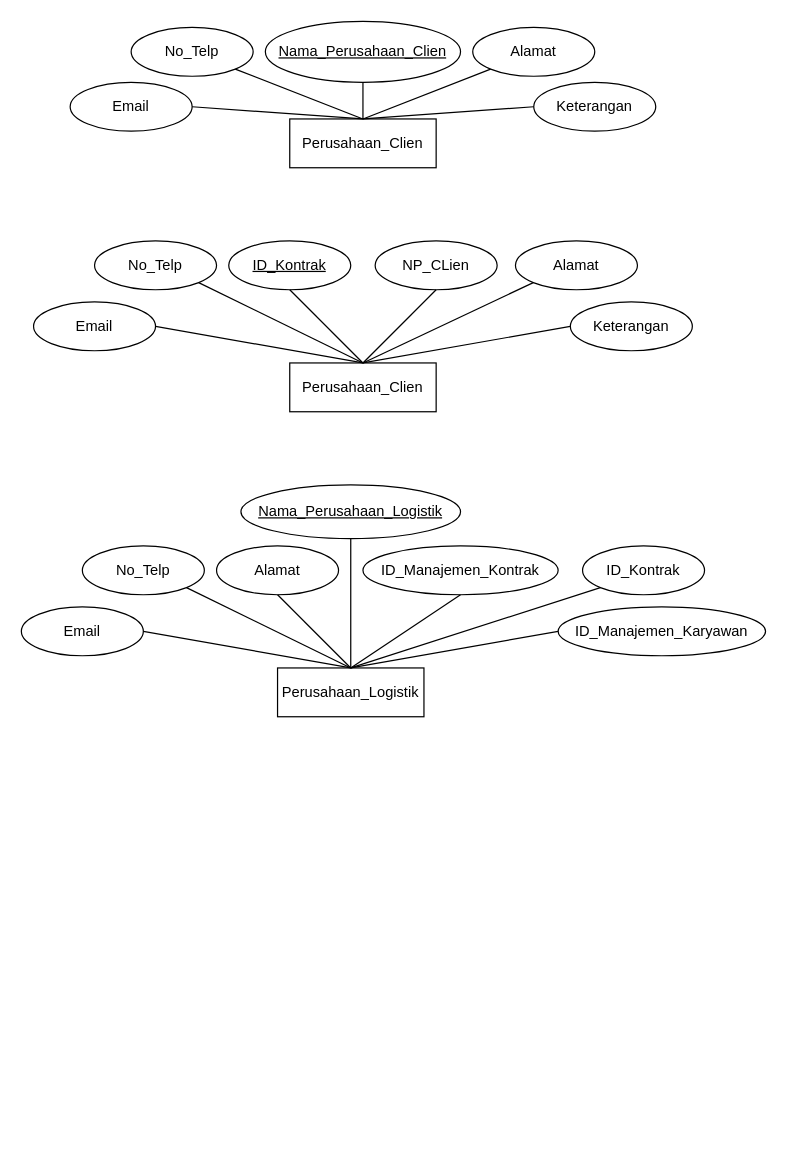
Earlier version of the draw.io diagram page "ERD-New" (4 of 11) of logistic-management-system.drawio (Firzh/semester-3). Source tidied: cells renumbered, new cells numbered last; positions are measured from the earlier drawing's top-left corner, leaving out a move shared by most shapes. Both pictures are drawn from the tidied source at 122%, with x=0, y=0 at pixel (21, 21).
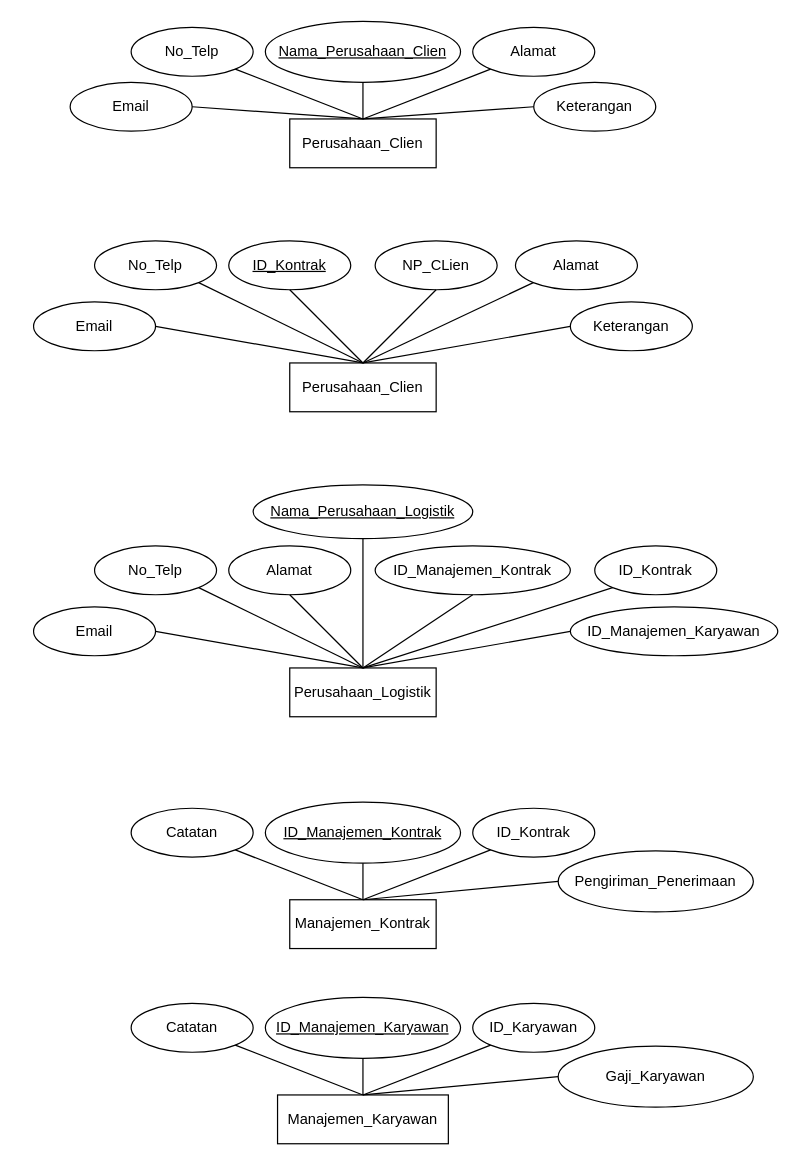
The same page after the edit.

The edit, as a diff of the source:
```diff
@@
     <mxCell id="26" value="Perusahaan_Logistik" style="whiteSpace=wrap;html=1;align=center;" parent="1" vertex="1">
-      <mxGeometry x="210" y="530" width="120" height="40" as="geometry" />
+      <mxGeometry x="220" y="530" width="120" height="40" as="geometry" />
     </mxCell>
     <mxCell id="27" value="Nama_Perusahaan_Logistik" style="ellipse;whiteSpace=wrap;html=1;align=center;fontStyle=4;" parent="1" vertex="1">
-      <mxGeometry x="180" y="380" width="180" height="44" as="geometry" />
+      <mxGeometry x="190" y="380" width="180" height="44" as="geometry" />
     </mxCell>
     <mxCell id="28" value="ID_Kontrak" style="ellipse;whiteSpace=wrap;html=1;align=center;" parent="1" vertex="1">
-      <mxGeometry x="460" y="430" width="100" height="40" as="geometry" />
+      <mxGeometry x="470" y="430" width="100" height="40" as="geometry" />
     </mxCell>
     <mxCell id="29" value="No_Telp" style="ellipse;whiteSpace=wrap;html=1;align=center;" parent="1" vertex="1">
-      <mxGeometry x="50" y="430" width="100" height="40" as="geometry" />
+      <mxGeometry x="60" y="430" width="100" height="40" as="geometry" />
     </mxCell>
     <mxCell id="30" value="Email" style="ellipse;whiteSpace=wrap;html=1;align=center;" parent="1" vertex="1">
-      <mxGeometry y="480" width="100" height="40" as="geometry" />
+      <mxGeometry x="10" y="480" width="100" height="40" as="geometry" />
     </mxCell>
     <mxCell id="31" value="ID_Manajemen_Karyawan" style="ellipse;whiteSpace=wrap;html=1;align=center;" parent="1" vertex="1">
-      <mxGeometry x="440" y="480" width="170" height="40" as="geometry" />
+      <mxGeometry x="450" y="480" width="170" height="40" as="geometry" />
     </mxCell>
@@
     <mxCell id="37" value="ID_Manajemen_Kontrak" style="ellipse;whiteSpace=wrap;html=1;align=center;" parent="1" vertex="1">
-      <mxGeometry x="280" y="430" width="160" height="40" as="geometry" />
+      <mxGeometry x="290" y="430" width="160" height="40" as="geometry" />
     </mxCell>
@@
     <mxCell id="39" value="Alamat" style="ellipse;whiteSpace=wrap;html=1;align=center;" parent="1" vertex="1">
-      <mxGeometry x="160" y="430" width="100" height="40" as="geometry" />
+      <mxGeometry x="170" y="430" width="100" height="40" as="geometry" />
     </mxCell>
@@
+    <mxCell id="41" value="Manajemen_Kontrak" style="whiteSpace=wrap;html=1;align=center;" parent="1" vertex="1">
+      <mxGeometry x="220" y="720" width="120" height="40" as="geometry" />
+    </mxCell>
+    <mxCell id="42" value="ID_Manajemen_Kontrak" style="ellipse;whiteSpace=wrap;html=1;align=center;fontStyle=4;" parent="1" vertex="1">
+      <mxGeometry x="200" y="640" width="160" height="50" as="geometry" />
+    </mxCell>
+    <mxCell id="43" value="ID_Kontrak" style="ellipse;whiteSpace=wrap;html=1;align=center;" parent="1" vertex="1">
+      <mxGeometry x="370" y="645" width="100" height="40" as="geometry" />
+    </mxCell>
+    <mxCell id="44" value="Catatan" style="ellipse;whiteSpace=wrap;html=1;align=center;" parent="1" vertex="1">
+      <mxGeometry x="90" y="645" width="100" height="40" as="geometry" />
+    </mxCell>
+    <mxCell id="45" value="Pengiriman_Penerimaan" style="ellipse;whiteSpace=wrap;html=1;align=center;" parent="1" vertex="1">
+      <mxGeometry x="440" y="680" width="160" height="50" as="geometry" />
+    </mxCell>
+    <mxCell id="46" style="endArrow=none;html=1;rounded=0;entryX=0.5;entryY=1;entryDx=0;entryDy=0;exitX=0.5;exitY=0;exitDx=0;exitDy=0;" parent="1" edge="1" source="41" target="42">
+      <mxGeometry relative="1" as="geometry" />
+    </mxCell>
+    <mxCell id="47" style="endArrow=none;html=1;rounded=0;entryX=0;entryY=1;entryDx=0;entryDy=0;exitX=0.5;exitY=0;exitDx=0;exitDy=0;" parent="1" edge="1" source="41" target="43">
+      <mxGeometry relative="1" as="geometry" />
+    </mxCell>
+    <mxCell id="48" style="endArrow=none;html=1;rounded=0;entryX=0;entryY=0.5;entryDx=0;entryDy=0;exitX=0.5;exitY=0;exitDx=0;exitDy=0;" parent="1" edge="1" source="41" target="45">
+      <mxGeometry relative="1" as="geometry" />
+    </mxCell>
+    <mxCell id="49" style="endArrow=none;html=1;rounded=0;entryX=1;entryY=1;entryDx=0;entryDy=0;exitX=0.5;exitY=0;exitDx=0;exitDy=0;" parent="1" edge="1" source="41" target="44">
+      <mxGeometry relative="1" as="geometry" />
+    </mxCell>
+    <mxCell id="50" value="Manajemen_Karyawan" style="whiteSpace=wrap;html=1;align=center;" parent="1" vertex="1">
+      <mxGeometry x="210" y="880" width="140" height="40" as="geometry" />
+    </mxCell>
+    <mxCell id="51" value="ID_Manajemen_Karyawan" style="ellipse;whiteSpace=wrap;html=1;align=center;fontStyle=4;" parent="1" vertex="1">
+      <mxGeometry x="200" y="800" width="160" height="50" as="geometry" />
+    </mxCell>
+    <mxCell id="52" value="ID_Karyawan" style="ellipse;whiteSpace=wrap;html=1;align=center;" parent="1" vertex="1">
+      <mxGeometry x="370" y="805" width="100" height="40" as="geometry" />
+    </mxCell>
+    <mxCell id="53" value="Catatan" style="ellipse;whiteSpace=wrap;html=1;align=center;" parent="1" vertex="1">
+      <mxGeometry x="90" y="805" width="100" height="40" as="geometry" />
+    </mxCell>
+    <mxCell id="54" value="Gaji_Karyawan" style="ellipse;whiteSpace=wrap;html=1;align=center;" parent="1" vertex="1">
+      <mxGeometry x="440" y="840" width="160" height="50" as="geometry" />
+    </mxCell>
+    <mxCell id="55" style="endArrow=none;html=1;rounded=0;entryX=0.5;entryY=1;entryDx=0;entryDy=0;exitX=0.5;exitY=0;exitDx=0;exitDy=0;" parent="1" edge="1" source="50" target="51">
+      <mxGeometry relative="1" as="geometry" />
+    </mxCell>
+    <mxCell id="56" style="endArrow=none;html=1;rounded=0;entryX=0;entryY=1;entryDx=0;entryDy=0;exitX=0.5;exitY=0;exitDx=0;exitDy=0;" parent="1" edge="1" source="50" target="52">
+      <mxGeometry relative="1" as="geometry" />
+    </mxCell>
+    <mxCell id="57" style="endArrow=none;html=1;rounded=0;entryX=0;entryY=0.5;entryDx=0;entryDy=0;exitX=0.5;exitY=0;exitDx=0;exitDy=0;" parent="1" edge="1" source="50" target="54">
+      <mxGeometry relative="1" as="geometry" />
+    </mxCell>
+    <mxCell id="58" style="endArrow=none;html=1;rounded=0;entryX=1;entryY=1;entryDx=0;entryDy=0;exitX=0.5;exitY=0;exitDx=0;exitDy=0;" parent="1" edge="1" source="50" target="53">
+      <mxGeometry relative="1" as="geometry" />
+    </mxCell>
```
